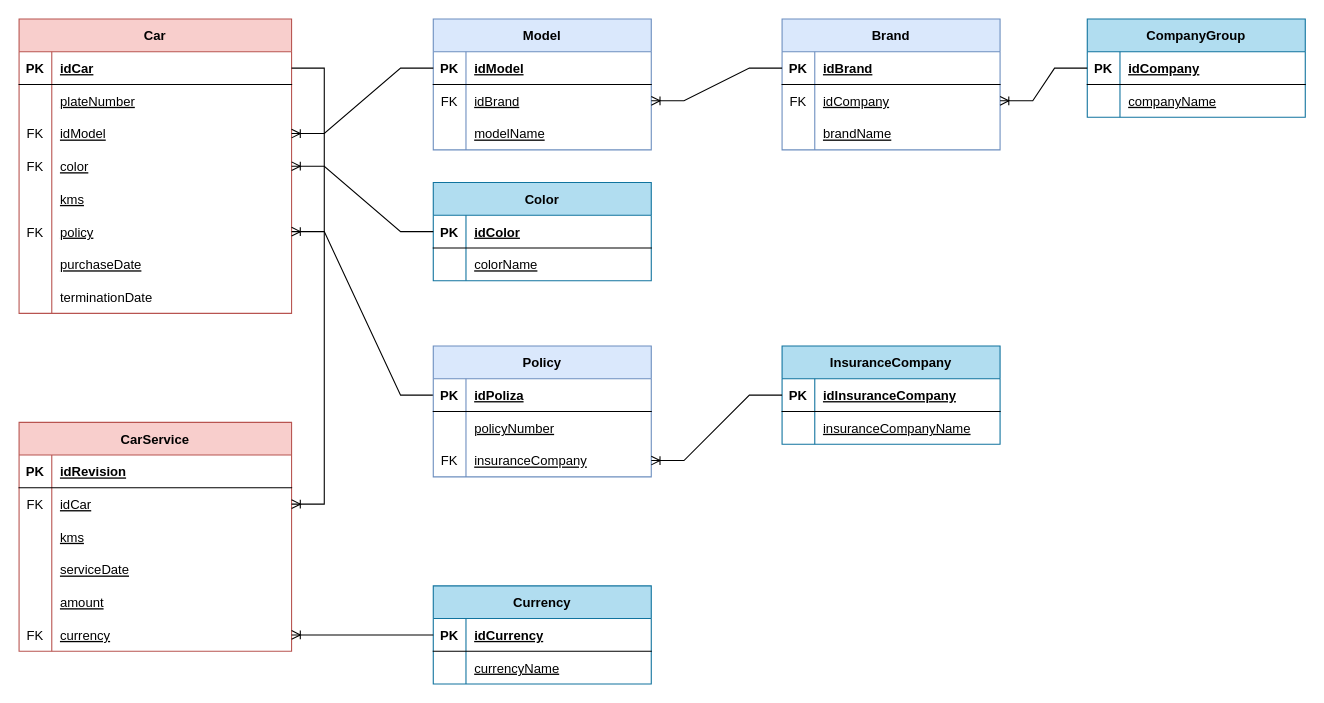
Above: ModeladoDB_PracticaSQL.drawio in martamdf/Practica-SQL (draw.io), before the change. Source tidied: cells renumbered, new cells numbered last; positions are measured from the earlier drawing's top-left corner, leaving out a move shared by most shapes. Both pictures are drawn from the tidied source at 109%, with x=0, y=0 at pixel (19, 19).
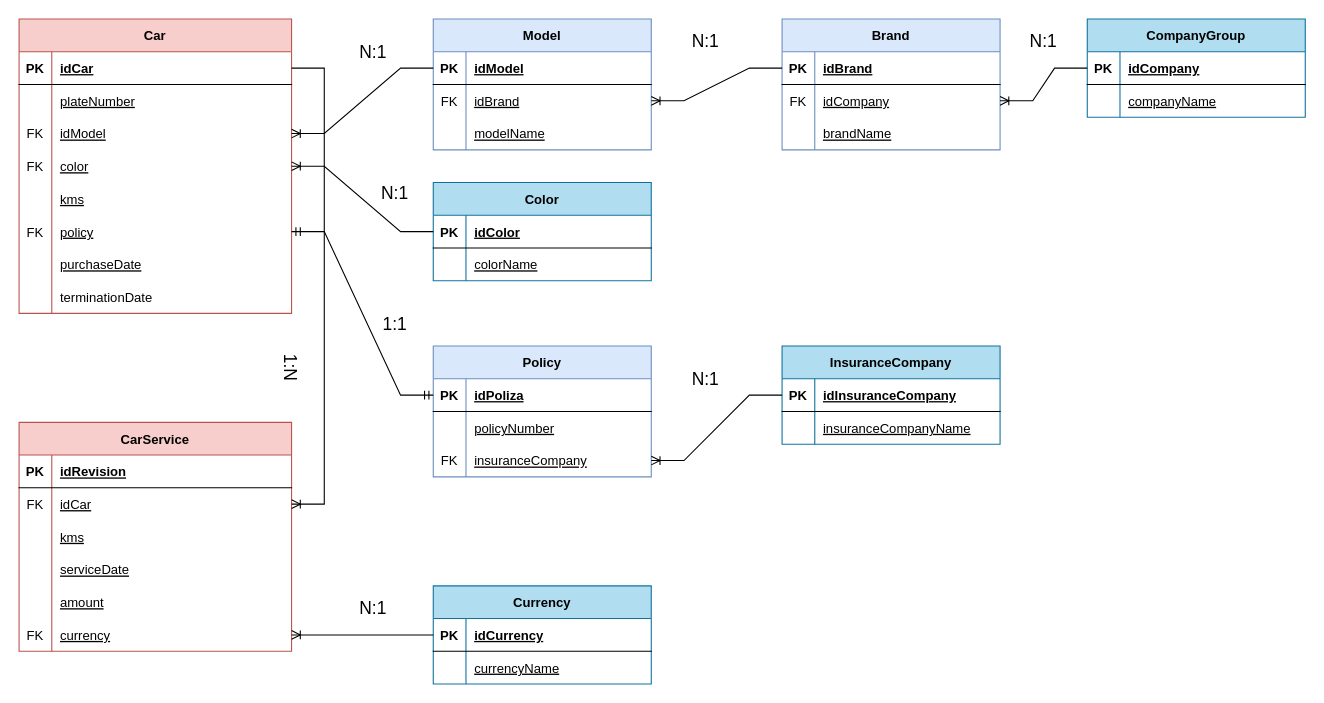
After the change.

Commit message:
añado cardinalidad

The change refers to these unchanged cells:
```xml
<mxCell id="35" style="shape=partialRectangle;fillColor=none;points=[[0,0.5],[1,0.5]];portConstraint=eastwest;top=0;left=0;right=0;bottom=0;" parent="19" vertex="1">
  <mxGeometry y="180" width="250" height="30" as="geometry" />
</mxCell>
<mxCell id="102" style="shape=partialRectangle;fillColor=none;points=[[0,0.5],[1,0.5]];portConstraint=eastwest;top=0;left=0;right=0;bottom=1;" parent="101" vertex="1">
  <mxGeometry y="30" width="200" height="30" as="geometry" />
</mxCell>
```

What changed in the source:
```diff
@@
-    <mxCell id="98" style="edgeStyle=entityRelationEdgeStyle;fontSize=12;html=1;endArrow=ERoneToMany;rounded=0;exitX=0;exitY=0.5;exitDx=0;exitDy=0;" parent="1" edge="1" source="102" target="35">
-      <mxGeometry relative="1" as="geometry" />
-    </mxCell>
@@
+    <mxCell id="98" style="edgeStyle=entityRelationEdgeStyle;fontSize=12;html=1;endArrow=ERmandOne;startArrow=ERmandOne;rounded=0;exitX=0;exitY=0.5;exitDx=0;exitDy=0;" parent="1" edge="1" source="102" target="35">
+      <mxGeometry relative="1" as="geometry" />
+    </mxCell>
+    <mxCell id="112" value="N:1" style="text;strokeColor=none;align=center;fillColor=none;html=1;verticalAlign=middle;whiteSpace=wrap;rounded=0;fontSize=16;" parent="1" vertex="1">
+      <mxGeometry x="305" y="10" width="40" height="40" as="geometry" />
+    </mxCell>
+    <mxCell id="113" value="N:1" style="text;strokeColor=none;align=center;fillColor=none;html=1;verticalAlign=middle;whiteSpace=wrap;rounded=0;fontSize=16;" parent="1" vertex="1">
+      <mxGeometry x="325" y="140" width="40" height="40" as="geometry" />
+    </mxCell>
+    <mxCell id="114" value="N:1" style="text;strokeColor=none;align=center;fillColor=none;html=1;verticalAlign=middle;whiteSpace=wrap;rounded=0;fontSize=16;" parent="1" vertex="1">
+      <mxGeometry x="610" width="40" height="40" as="geometry" />
+    </mxCell>
+    <mxCell id="115" value="N:1" style="text;strokeColor=none;align=center;fillColor=none;html=1;verticalAlign=middle;whiteSpace=wrap;rounded=0;fontSize=16;" parent="1" vertex="1">
+      <mxGeometry x="920" width="40" height="40" as="geometry" />
+    </mxCell>
+    <mxCell id="116" value="N:1" style="text;strokeColor=none;align=center;fillColor=none;html=1;verticalAlign=middle;whiteSpace=wrap;rounded=0;fontSize=16;" parent="1" vertex="1">
+      <mxGeometry x="610" y="310" width="40" height="40" as="geometry" />
+    </mxCell>
+    <mxCell id="117" value="N:1" style="text;strokeColor=none;align=center;fillColor=none;html=1;verticalAlign=middle;whiteSpace=wrap;rounded=0;fontSize=16;" parent="1" vertex="1">
+      <mxGeometry x="305" y="520" width="40" height="40" as="geometry" />
+    </mxCell>
+    <mxCell id="118" value="1:N" style="text;strokeColor=none;align=center;fillColor=none;html=1;verticalAlign=middle;whiteSpace=wrap;rounded=0;fontSize=16;flipV=1;flipH=1;rotation=90;" parent="1" vertex="1">
+      <mxGeometry x="230" y="300" width="40" height="40" as="geometry" />
+    </mxCell>
+    <mxCell id="119" value="1:1" style="text;strokeColor=none;align=center;fillColor=none;html=1;verticalAlign=middle;whiteSpace=wrap;rounded=0;fontSize=16;" parent="1" vertex="1">
+      <mxGeometry x="325" y="260" width="40" height="40" as="geometry" />
+    </mxCell>
```
